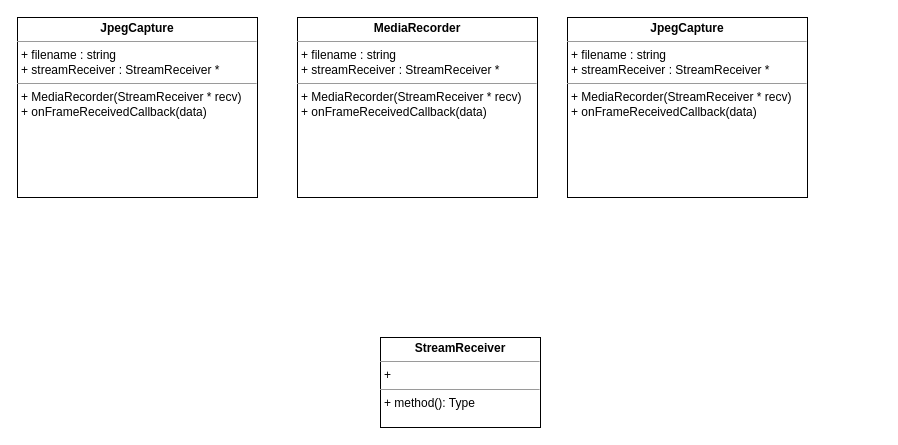
Earlier version of the draw.io diagram structure.drawio (killsmm/m10v_multimedia_server). Source tidied: cells renumbered, new cells numbered last; positions are measured from the earlier drawing's top-left corner, leaving out a move shared by most shapes. Both pictures are drawn from the tidied source at 100%, with x=0, y=0 at pixel (17, 17).
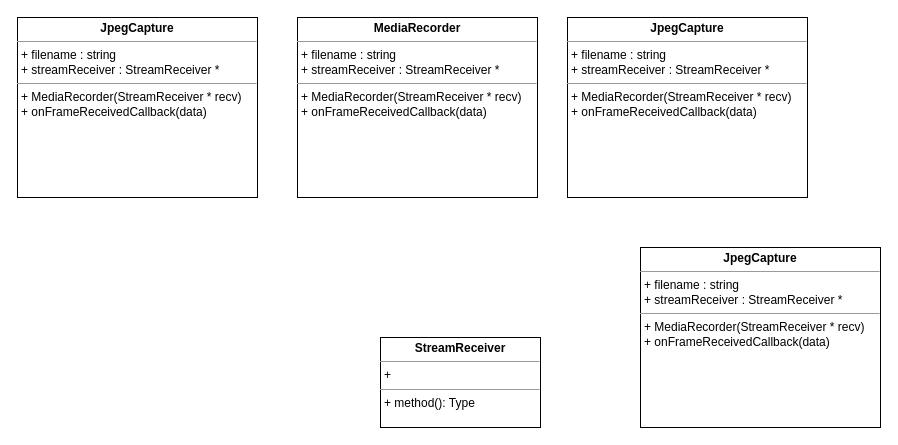
The same diagram, later.

Diff of the diagram source:
```diff
@@
 <mxGraphModel>
   <root>
     <mxCell id="0" />
     <mxCell id="1" parent="0" />
     <mxCell id="2" value="&lt;p style=&quot;margin: 0px ; margin-top: 4px ; text-align: center&quot;&gt;&lt;b&gt;MediaRecorder&lt;/b&gt;&lt;/p&gt;&lt;hr size=&quot;1&quot;&gt;&lt;p style=&quot;margin: 0px ; margin-left: 4px&quot;&gt;+ filename : string&lt;/p&gt;&lt;p style=&quot;margin: 0px ; margin-left: 4px&quot;&gt;+ streamReceiver : StreamReceiver *&amp;nbsp;&lt;/p&gt;&lt;hr size=&quot;1&quot;&gt;&lt;p style=&quot;margin: 0px ; margin-left: 4px&quot;&gt;+ MediaRecorder(StreamReceiver * recv)&lt;/p&gt;&lt;p style=&quot;margin: 0px ; margin-left: 4px&quot;&gt;+ onFrameReceivedCallback(data)&lt;/p&gt;&lt;p style=&quot;margin: 0px ; margin-left: 4px&quot;&gt;&lt;br&gt;&lt;/p&gt;&lt;p style=&quot;margin: 0px ; margin-left: 4px&quot;&gt;&lt;br&gt;&lt;/p&gt;" style="verticalAlign=top;align=left;overflow=fill;fontSize=12;fontFamily=Helvetica;html=1;" parent="1" vertex="1">
       <mxGeometry x="280" width="240" height="180" as="geometry" />
     </mxCell>
     <mxCell id="3" value="&lt;p style=&quot;margin: 0px ; margin-top: 4px ; text-align: center&quot;&gt;&lt;b&gt;StreamReceiver&lt;/b&gt;&lt;/p&gt;&lt;hr size=&quot;1&quot;&gt;&lt;p style=&quot;margin: 0px ; margin-left: 4px&quot;&gt;+&amp;nbsp;&lt;/p&gt;&lt;hr size=&quot;1&quot;&gt;&lt;p style=&quot;margin: 0px ; margin-left: 4px&quot;&gt;+ method(): Type&lt;/p&gt;" style="verticalAlign=top;align=left;overflow=fill;fontSize=12;fontFamily=Helvetica;html=1;" parent="1" vertex="1">
       <mxGeometry x="363" y="320" width="160" height="90" as="geometry" />
     </mxCell>
     <mxCell id="4" value="&lt;p style=&quot;margin: 0px ; margin-top: 4px ; text-align: center&quot;&gt;&lt;b&gt;JpegCapture&lt;/b&gt;&lt;/p&gt;&lt;hr size=&quot;1&quot;&gt;&lt;p style=&quot;margin: 0px ; margin-left: 4px&quot;&gt;+ filename : string&lt;/p&gt;&lt;p style=&quot;margin: 0px ; margin-left: 4px&quot;&gt;+ streamReceiver : StreamReceiver *&amp;nbsp;&lt;/p&gt;&lt;hr size=&quot;1&quot;&gt;&lt;p style=&quot;margin: 0px ; margin-left: 4px&quot;&gt;+ MediaRecorder(StreamReceiver * recv)&lt;/p&gt;&lt;p style=&quot;margin: 0px ; margin-left: 4px&quot;&gt;+ onFrameReceivedCallback(data)&lt;/p&gt;&lt;p style=&quot;margin: 0px ; margin-left: 4px&quot;&gt;&lt;br&gt;&lt;/p&gt;&lt;p style=&quot;margin: 0px ; margin-left: 4px&quot;&gt;&lt;br&gt;&lt;/p&gt;" style="verticalAlign=top;align=left;overflow=fill;fontSize=12;fontFamily=Helvetica;html=1;" parent="1" vertex="1">
       <mxGeometry x="550" width="240" height="180" as="geometry" />
     </mxCell>
     <mxCell id="5" value="&lt;p style=&quot;margin: 0px ; margin-top: 4px ; text-align: center&quot;&gt;&lt;b&gt;JpegCapture&lt;/b&gt;&lt;/p&gt;&lt;hr size=&quot;1&quot;&gt;&lt;p style=&quot;margin: 0px ; margin-left: 4px&quot;&gt;+ filename : string&lt;/p&gt;&lt;p style=&quot;margin: 0px ; margin-left: 4px&quot;&gt;+ streamReceiver : StreamReceiver *&amp;nbsp;&lt;/p&gt;&lt;hr size=&quot;1&quot;&gt;&lt;p style=&quot;margin: 0px ; margin-left: 4px&quot;&gt;+ MediaRecorder(StreamReceiver * recv)&lt;/p&gt;&lt;p style=&quot;margin: 0px ; margin-left: 4px&quot;&gt;+ onFrameReceivedCallback(data)&lt;/p&gt;&lt;p style=&quot;margin: 0px ; margin-left: 4px&quot;&gt;&lt;br&gt;&lt;/p&gt;&lt;p style=&quot;margin: 0px ; margin-left: 4px&quot;&gt;&lt;br&gt;&lt;/p&gt;" style="verticalAlign=top;align=left;overflow=fill;fontSize=12;fontFamily=Helvetica;html=1;" parent="1" vertex="1">
       <mxGeometry width="240" height="180" as="geometry" />
     </mxCell>
+    <mxCell id="6" value="&lt;p style=&quot;margin: 0px ; margin-top: 4px ; text-align: center&quot;&gt;&lt;b&gt;JpegCapture&lt;/b&gt;&lt;/p&gt;&lt;hr size=&quot;1&quot;&gt;&lt;p style=&quot;margin: 0px ; margin-left: 4px&quot;&gt;+ filename : string&lt;/p&gt;&lt;p style=&quot;margin: 0px ; margin-left: 4px&quot;&gt;+ streamReceiver : StreamReceiver *&amp;nbsp;&lt;/p&gt;&lt;hr size=&quot;1&quot;&gt;&lt;p style=&quot;margin: 0px ; margin-left: 4px&quot;&gt;+ MediaRecorder(StreamReceiver * recv)&lt;/p&gt;&lt;p style=&quot;margin: 0px ; margin-left: 4px&quot;&gt;+ onFrameReceivedCallback(data)&lt;/p&gt;&lt;p style=&quot;margin: 0px ; margin-left: 4px&quot;&gt;&lt;br&gt;&lt;/p&gt;&lt;p style=&quot;margin: 0px ; margin-left: 4px&quot;&gt;&lt;br&gt;&lt;/p&gt;" style="verticalAlign=top;align=left;overflow=fill;fontSize=12;fontFamily=Helvetica;html=1;" parent="1" vertex="1">
+      <mxGeometry x="623" y="230" width="240" height="180" as="geometry" />
+    </mxCell>
   </root>
 </mxGraphModel>
```
